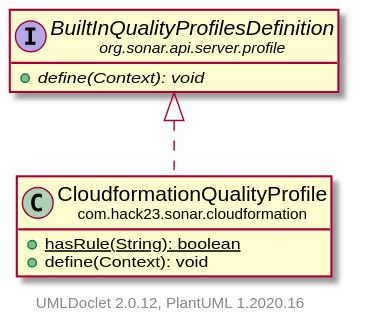
Earlier version of the PlantUML export apidocs/com/hack23/sonar/cloudformation/CloudformationQualityProfile.svg (Hack23/sonar-cloudformation-plugin). Its diagram source:
```plantuml
@startuml
    set namespaceSeparator none
    hide empty fields
    hide empty methods

    class "<size:14>CloudformationQualityProfile\n<size:10>com.hack23.sonar.cloudformation" as com.hack23.sonar.cloudformation.CloudformationQualityProfile [[CloudformationQualityProfile.html]] {
        {static} +hasRule(String): boolean
        +define(Context): void
    }

    interface "<size:14>BuiltInQualityProfilesDefinition\n<size:10>org.sonar.api.server.profile" as org.sonar.api.server.profile.BuiltInQualityProfilesDefinition {
        {abstract} +define(Context): void
    }

    org.sonar.api.server.profile.BuiltInQualityProfilesDefinition <|.. com.hack23.sonar.cloudformation.CloudformationQualityProfile

    center footer UMLDoclet 2.0.12, PlantUML 1.2020.16
@enduml
```
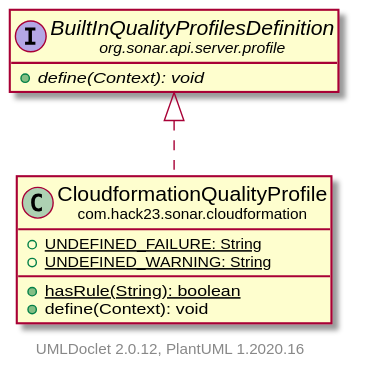
Above is the later version.

The edit, as a diff of the source:
```diff
@@ -4,6 +4,8 @@
     hide empty methods
 
     class "<size:14>CloudformationQualityProfile\n<size:10>com.hack23.sonar.cloudformation" as com.hack23.sonar.cloudformation.CloudformationQualityProfile [[CloudformationQualityProfile.html]] {
+        {static} +UNDEFINED_FAILURE: String
+        {static} +UNDEFINED_WARNING: String
         {static} +hasRule(String): boolean
         +define(Context): void
     }
```
